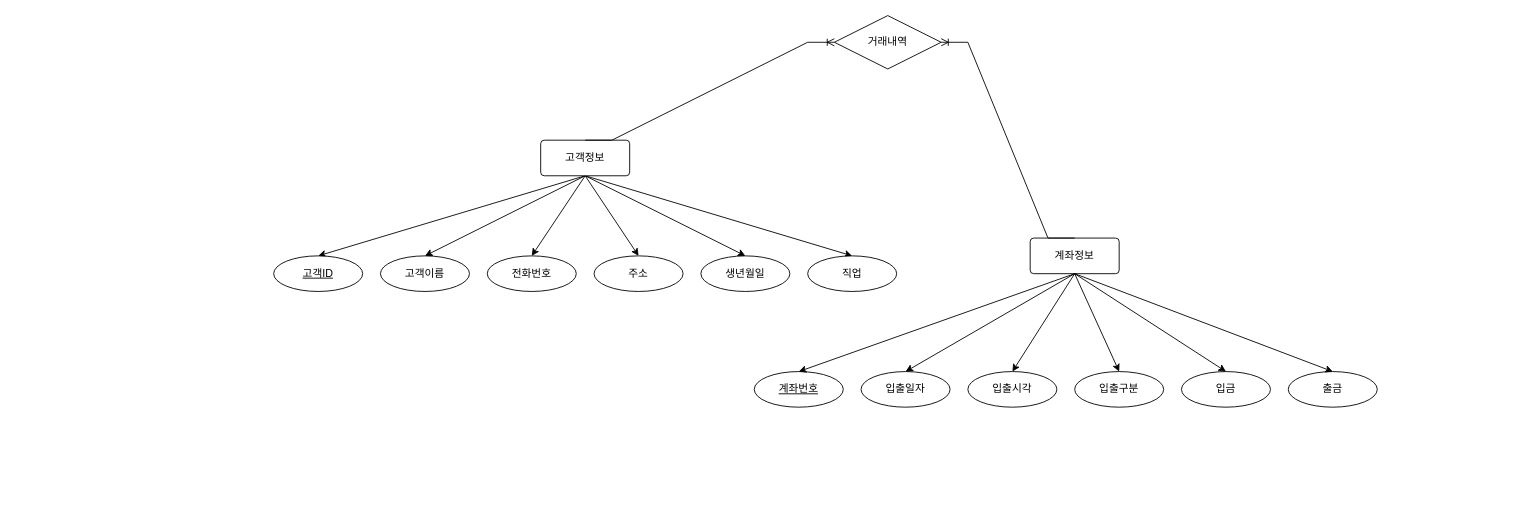
Before: Java_020_Bank/bank(2023-05-17).drawio in 2gechan/Biz-2023-04-505-Java, a draw.io diagram. Source tidied: cells renumbered, new cells numbered last; positions are measured from the earlier drawing's top-left corner, leaving out a move shared by most shapes. Both pictures are drawn from the tidied source at 89%, with x=0, y=0 at pixel (273, 15).
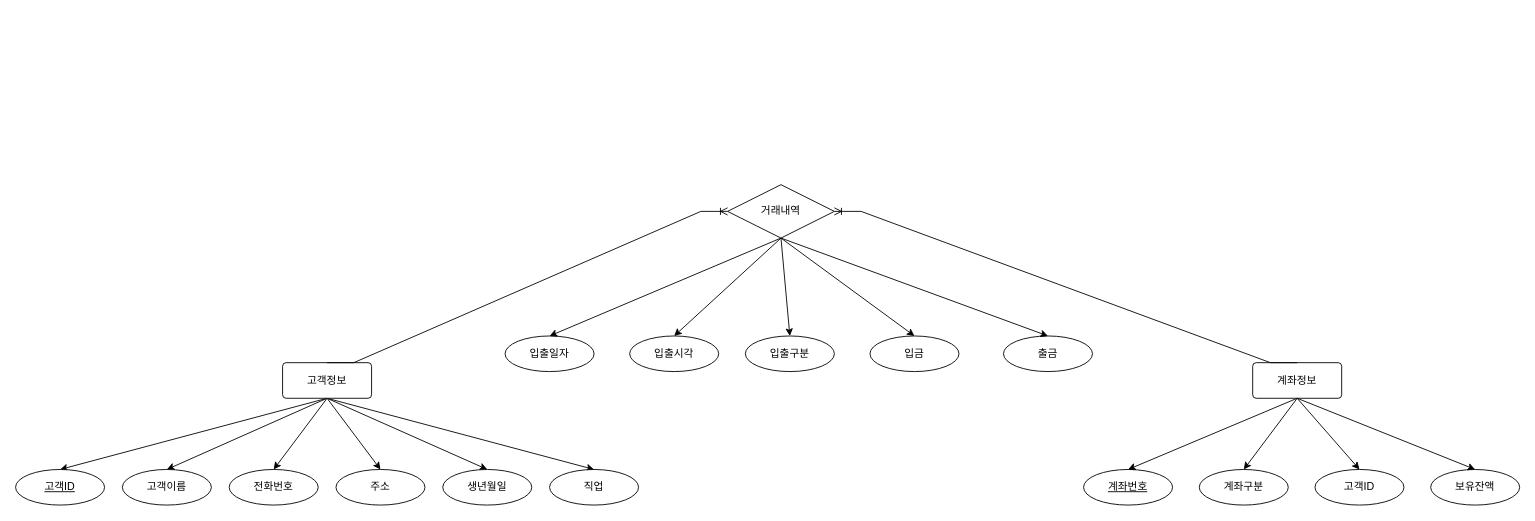
After the change.

Commit message (it also covers changes not shown here):
bank_pjt

Diff of the diagram source:
```diff
@@
     <mxCell id="8" value="고객정보" style="rounded=1;arcSize=10;whiteSpace=wrap;html=1;align=center;" parent="1" vertex="1">
-      <mxGeometry x="300" y="140" width="100" height="40" as="geometry" />
+      <mxGeometry x="10" y="390" width="100" height="40" as="geometry" />
     </mxCell>
     <mxCell id="9" value="고객ID" style="ellipse;whiteSpace=wrap;html=1;align=center;fontStyle=4;" parent="1" vertex="1">
-      <mxGeometry y="270" width="100" height="40" as="geometry" />
+      <mxGeometry x="-290" y="510" width="100" height="40" as="geometry" />
     </mxCell>
     <mxCell id="10" value="고객이름" style="ellipse;whiteSpace=wrap;html=1;align=center;" parent="1" vertex="1">
-      <mxGeometry x="120" y="270" width="100" height="40" as="geometry" />
+      <mxGeometry x="-170" y="510" width="100" height="40" as="geometry" />
     </mxCell>
     <mxCell id="11" value="전화번호" style="ellipse;whiteSpace=wrap;html=1;align=center;" parent="1" vertex="1">
-      <mxGeometry x="240" y="270" width="100" height="40" as="geometry" />
+      <mxGeometry x="-50" y="510" width="100" height="40" as="geometry" />
     </mxCell>
     <mxCell id="12" value="주소" style="ellipse;whiteSpace=wrap;html=1;align=center;" parent="1" vertex="1">
-      <mxGeometry x="360" y="270" width="100" height="40" as="geometry" />
+      <mxGeometry x="70" y="510" width="100" height="40" as="geometry" />
     </mxCell>
     <mxCell id="13" value="생년월일" style="ellipse;whiteSpace=wrap;html=1;align=center;" parent="1" vertex="1">
-      <mxGeometry x="480" y="270" width="100" height="40" as="geometry" />
+      <mxGeometry x="190" y="510" width="100" height="40" as="geometry" />
     </mxCell>
     <mxCell id="14" value="직업" style="ellipse;whiteSpace=wrap;html=1;align=center;" parent="1" vertex="1">
-      <mxGeometry x="600" y="270" width="100" height="40" as="geometry" />
+      <mxGeometry x="310" y="510" width="100" height="40" as="geometry" />
     </mxCell>
-    <mxCell id="15" value="계좌정보" style="rounded=1;arcSize=10;whiteSpace=wrap;html=1;align=center;" parent="1" vertex="1">
-      <mxGeometry x="850" y="250" width="100" height="40" as="geometry" />
-    </mxCell>
     <mxCell id="16" value="계좌번호" style="ellipse;whiteSpace=wrap;html=1;align=center;fontStyle=4;" parent="1" vertex="1">
-      <mxGeometry x="540" y="400" width="100" height="40" as="geometry" />
+      <mxGeometry x="910" y="510" width="100" height="40" as="geometry" />
     </mxCell>
     <mxCell id="17" value="입출일자" style="ellipse;whiteSpace=wrap;html=1;align=center;" parent="1" vertex="1">
-      <mxGeometry x="660" y="400" width="100" height="40" as="geometry" />
+      <mxGeometry x="260" y="360" width="100" height="40" as="geometry" />
     </mxCell>
     <mxCell id="18" value="입출시각" style="ellipse;whiteSpace=wrap;html=1;align=center;" parent="1" vertex="1">
-      <mxGeometry x="780" y="400" width="100" height="40" as="geometry" />
+      <mxGeometry x="400" y="360" width="100" height="40" as="geometry" />
     </mxCell>
     <mxCell id="19" value="입출구분" style="ellipse;whiteSpace=wrap;html=1;align=center;" parent="1" vertex="1">
-      <mxGeometry x="900" y="400" width="100" height="40" as="geometry" />
+      <mxGeometry x="530" y="360" width="100" height="40" as="geometry" />
     </mxCell>
     <mxCell id="20" value="입금" style="ellipse;whiteSpace=wrap;html=1;align=center;" parent="1" vertex="1">
-      <mxGeometry x="1020" y="400" width="100" height="40" as="geometry" />
+      <mxGeometry x="670" y="360" width="100" height="40" as="geometry" />
     </mxCell>
     <mxCell id="21" value="출금" style="ellipse;whiteSpace=wrap;html=1;align=center;" parent="1" vertex="1">
-      <mxGeometry x="1140" y="400" width="100" height="40" as="geometry" />
+      <mxGeometry x="820" y="360" width="100" height="40" as="geometry" />
     </mxCell>
@@
-    <mxCell id="23" style="rounded=0;jettySize=auto;html=1;entryX=0.5;entryY=0;entryDx=0;entryDy=0;exitX=0.5;exitY=1;exitDx=0;exitDy=0;" parent="1" edge="1" source="15" target="17">
+    <mxCell id="23" style="rounded=0;jettySize=auto;html=1;entryX=0.5;entryY=0;entryDx=0;entryDy=0;exitX=0.5;exitY=1;exitDx=0;exitDy=0;" parent="1" edge="1" source="28" target="17">
       <mxGeometry relative="1" as="geometry" />
     </mxCell>
-    <mxCell id="24" style="rounded=0;jettySize=auto;html=1;entryX=0.5;entryY=0;entryDx=0;entryDy=0;exitX=0.5;exitY=1;exitDx=0;exitDy=0;" parent="1" edge="1" source="15" target="18">
+    <mxCell id="24" style="rounded=0;jettySize=auto;html=1;entryX=0.5;entryY=0;entryDx=0;entryDy=0;exitX=0.5;exitY=1;exitDx=0;exitDy=0;" parent="1" edge="1" source="28" target="18">
       <mxGeometry relative="1" as="geometry" />
     </mxCell>
-    <mxCell id="25" style="rounded=0;jettySize=auto;html=1;entryX=0.5;entryY=0;entryDx=0;entryDy=0;exitX=0.5;exitY=1;exitDx=0;exitDy=0;" parent="1" edge="1" source="15" target="19">
+    <mxCell id="25" style="rounded=0;jettySize=auto;html=1;entryX=0.5;entryY=0;entryDx=0;entryDy=0;exitX=0.5;exitY=1;exitDx=0;exitDy=0;" parent="1" edge="1" source="28" target="19">
       <mxGeometry relative="1" as="geometry" />
     </mxCell>
-    <mxCell id="26" style="rounded=0;jettySize=auto;html=1;entryX=0.5;entryY=0;entryDx=0;entryDy=0;exitX=0.5;exitY=1;exitDx=0;exitDy=0;" parent="1" edge="1" source="15" target="20">
+    <mxCell id="26" style="rounded=0;jettySize=auto;html=1;entryX=0.5;entryY=0;entryDx=0;entryDy=0;exitX=0.5;exitY=1;exitDx=0;exitDy=0;" parent="1" edge="1" source="28" target="20">
       <mxGeometry relative="1" as="geometry" />
     </mxCell>
-    <mxCell id="27" style="rounded=0;jettySize=auto;html=1;entryX=0.5;entryY=0;entryDx=0;entryDy=0;exitX=0.5;exitY=1;exitDx=0;exitDy=0;" parent="1" edge="1" source="15" target="21">
+    <mxCell id="27" style="rounded=0;jettySize=auto;html=1;entryX=0.5;entryY=0;entryDx=0;entryDy=0;exitX=0.5;exitY=1;exitDx=0;exitDy=0;" parent="1" edge="1" source="28" target="21">
       <mxGeometry relative="1" as="geometry" />
     </mxCell>
     <mxCell id="28" value="거래내역" style="shape=rhombus;perimeter=rhombusPerimeter;whiteSpace=wrap;html=1;align=center;" parent="1" vertex="1">
-      <mxGeometry x="630" width="120" height="60" as="geometry" />
+      <mxGeometry x="510" y="190" width="120" height="60" as="geometry" />
     </mxCell>
+    <mxCell id="15" value="계좌정보" style="rounded=1;arcSize=10;whiteSpace=wrap;html=1;align=center;" parent="1" vertex="1">
+      <mxGeometry x="1100" y="390" width="100" height="40" as="geometry" />
+    </mxCell>
@@
+    <mxCell id="31" value="계좌구분" style="ellipse;whiteSpace=wrap;html=1;align=center;" parent="1" vertex="1">
+      <mxGeometry x="1040" y="510" width="100" height="40" as="geometry" />
+    </mxCell>
+    <mxCell id="32" value="고객ID" style="ellipse;whiteSpace=wrap;html=1;align=center;" parent="1" vertex="1">
+      <mxGeometry x="1170" y="510" width="100" height="40" as="geometry" />
+    </mxCell>
+    <mxCell id="33" value="보유잔액" style="ellipse;whiteSpace=wrap;html=1;align=center;" parent="1" vertex="1">
+      <mxGeometry x="1300" y="510" width="100" height="40" as="geometry" />
+    </mxCell>
+    <mxCell id="34" style="rounded=0;jettySize=auto;html=1;entryX=0.5;entryY=0;entryDx=0;entryDy=0;exitX=0.5;exitY=1;exitDx=0;exitDy=0;" parent="1" edge="1" source="15" target="31">
+      <mxGeometry relative="1" as="geometry" />
+    </mxCell>
+    <mxCell id="35" style="rounded=0;jettySize=auto;html=1;entryX=0.5;entryY=0;entryDx=0;entryDy=0;exitX=0.5;exitY=1;exitDx=0;exitDy=0;" parent="1" edge="1" source="15" target="32">
+      <mxGeometry relative="1" as="geometry" />
+    </mxCell>
+    <mxCell id="36" style="rounded=0;jettySize=auto;html=1;entryX=0.5;entryY=0;entryDx=0;entryDy=0;exitX=0.5;exitY=1;exitDx=0;exitDy=0;" parent="1" edge="1" source="15" target="33">
+      <mxGeometry relative="1" as="geometry" />
+    </mxCell>
```
